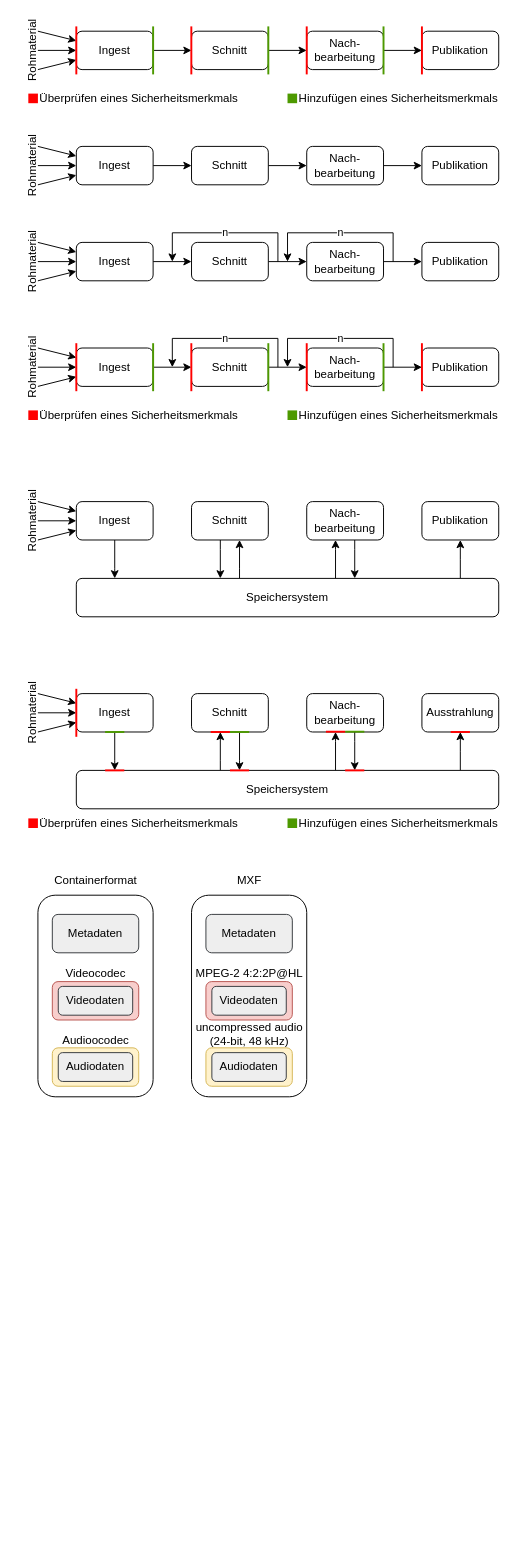
This is Produktionsprozess.drawio from timteller/Grafiken_Bachelorarbeit, a draw.io file, before an edit. Source tidied: cells renumbered, new cells numbered last; positions are measured from the earlier drawing's top-left corner, leaving out a move shared by most shapes. Both pictures are drawn from the tidied source at 96%, with x=0, y=0 at pixel (-1, 26).
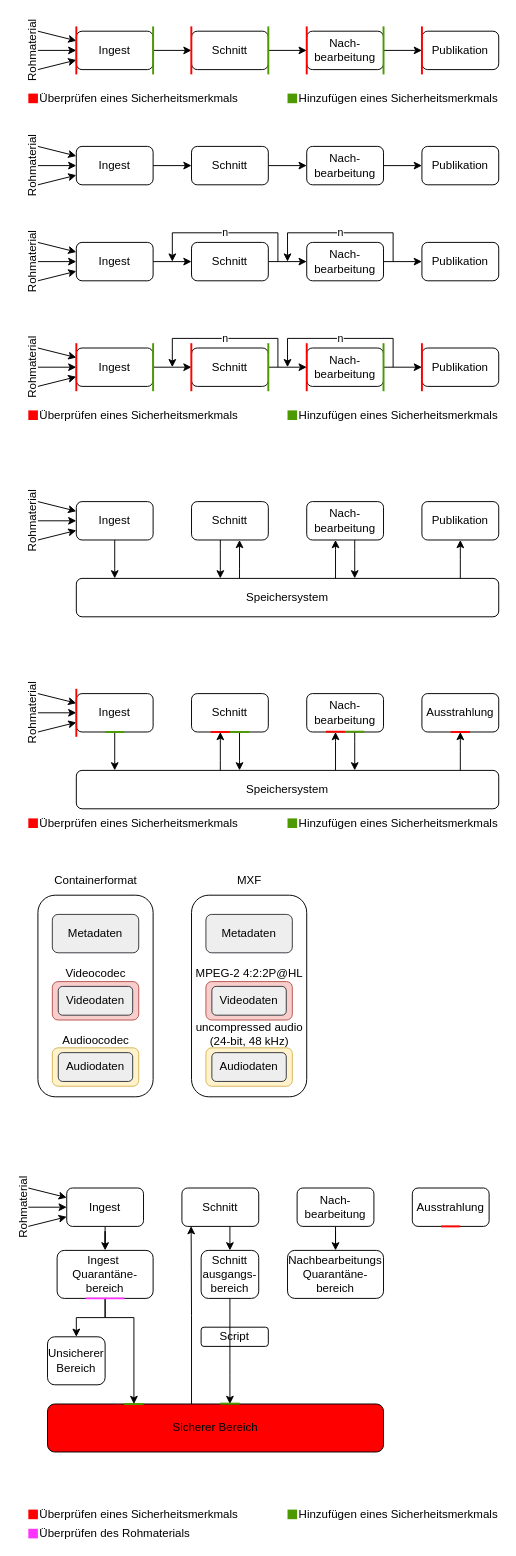
Above is the later version.

Diff of the diagram source:
```diff
@@
-    <mxCell id="91" style="endArrow=none;html=1;rounded=0;strokeWidth=2;strokeColor=#FF0000;" parent="68" edge="1">
-      <mxGeometry relative="1" as="geometry">
-        <mxPoint x="240" y="775" as="sourcePoint" />
-        <mxPoint x="260" y="775" as="targetPoint" />
-      </mxGeometry>
-    </mxCell>
-    <mxCell id="92" style="endArrow=none;html=1;rounded=0;strokeWidth=2;strokeColor=#FF0000;" parent="68" edge="1">
-      <mxGeometry relative="1" as="geometry">
-        <mxPoint x="360" y="775" as="sourcePoint" />
-        <mxPoint x="380" y="775" as="targetPoint" />
-      </mxGeometry>
-    </mxCell>
-    <mxCell id="93" style="endArrow=none;html=1;rounded=0;strokeWidth=2;strokeColor=#FF0000;" parent="68" edge="1">
-      <mxGeometry relative="1" as="geometry">
-        <mxPoint x="110" y="775" as="sourcePoint" />
-        <mxPoint x="130" y="775" as="targetPoint" />
-      </mxGeometry>
-    </mxCell>
@@
+    <mxCell id="141" parent="0" />
+    <mxCell id="142" style="endArrow=classic;html=1;rounded=0;exitX=0.5;exitY=1;exitDx=0;exitDy=0;" parent="141" edge="1" source="161">
+      <mxGeometry relative="1" as="geometry">
+        <mxPoint x="140" y="1435" as="targetPoint" />
+        <Array as="points">
+          <mxPoint x="110" y="1345" />
+          <mxPoint x="140" y="1345" />
+        </Array>
+      </mxGeometry>
+    </mxCell>
+    <mxCell id="143" style="edgeStyle=orthogonalEdgeStyle;rounded=0;jettySize=auto;html=1;" parent="141" edge="1" source="144" target="161">
+      <mxGeometry relative="1" as="geometry" />
+    </mxCell>
+    <mxCell id="144" value="Ingest" style="rounded=1;whiteSpace=wrap;html=1;" parent="141" vertex="1">
+      <mxGeometry x="70" y="1210" width="80" height="40" as="geometry" />
+    </mxCell>
+    <mxCell id="145" style="edgeStyle=orthogonalEdgeStyle;rounded=0;jettySize=auto;html=1;" parent="141" edge="1" source="146" target="163">
+      <mxGeometry relative="1" as="geometry">
+        <Array as="points">
+          <mxPoint x="240" y="1265" />
+          <mxPoint x="240" y="1265" />
+        </Array>
+      </mxGeometry>
+    </mxCell>
+    <mxCell id="146" value="Schnitt" style="rounded=1;whiteSpace=wrap;html=1;" parent="141" vertex="1">
+      <mxGeometry x="190" y="1210" width="80" height="40" as="geometry" />
+    </mxCell>
+    <mxCell id="147" style="edgeStyle=orthogonalEdgeStyle;rounded=0;jettySize=auto;html=1;" parent="141" edge="1" source="148" target="164">
+      <mxGeometry relative="1" as="geometry" />
+    </mxCell>
+    <mxCell id="148" value="Nach-&lt;div&gt;bearbeitung&lt;/div&gt;" style="rounded=1;whiteSpace=wrap;html=1;" parent="141" vertex="1">
+      <mxGeometry x="310" y="1210" width="80" height="40" as="geometry" />
+    </mxCell>
+    <mxCell id="149" value="Ausstrahlung" style="rounded=1;whiteSpace=wrap;html=1;" parent="141" vertex="1">
+      <mxGeometry x="430" y="1210" width="80" height="40" as="geometry" />
+    </mxCell>
+    <mxCell id="150" style="endArrow=classic;html=1;rounded=0;entryX=0;entryY=0.75;entryDx=0;entryDy=0;" parent="141" edge="1" target="144">
+      <mxGeometry relative="1" as="geometry">
+        <mxPoint x="30" y="1250" as="sourcePoint" />
+      </mxGeometry>
+    </mxCell>
+    <mxCell id="151" style="endArrow=classic;html=1;rounded=0;entryX=0;entryY=0.5;entryDx=0;entryDy=0;" parent="141" edge="1" target="144">
+      <mxGeometry relative="1" as="geometry">
+        <mxPoint x="30" y="1230" as="sourcePoint" />
+      </mxGeometry>
+    </mxCell>
+    <mxCell id="152" style="endArrow=classic;html=1;rounded=0;entryX=0;entryY=0.25;entryDx=0;entryDy=0;" parent="141" edge="1" target="144">
+      <mxGeometry relative="1" as="geometry">
+        <mxPoint x="30" y="1210" as="sourcePoint" />
+      </mxGeometry>
+    </mxCell>
+    <mxCell id="153" value="Rohmaterial" style="text;html=1;align=center;verticalAlign=middle;whiteSpace=wrap;rounded=0;rotation=-90;" parent="141" vertex="1">
+      <mxGeometry x="-10" y="1225" width="70" height="10" as="geometry" />
+    </mxCell>
+    <mxCell id="154" style="endArrow=none;html=1;rounded=0;strokeWidth=2;strokeColor=#FF0000;" parent="141" edge="1">
+      <mxGeometry relative="1" as="geometry">
+        <mxPoint x="460" y="1250" as="sourcePoint" />
+        <mxPoint x="480" y="1250" as="targetPoint" />
+      </mxGeometry>
+    </mxCell>
+    <mxCell id="155" style="whiteSpace=wrap;html=1;strokeColor=none;fillColor=light-dark(#ff0000, #ededed);" parent="141" vertex="1">
+      <mxGeometry x="30" y="1545" width="10" height="10" as="geometry" />
+    </mxCell>
+    <mxCell id="156" style="whiteSpace=wrap;html=1;strokeColor=none;fillColor=light-dark(#4D9900,#EDEDED);" parent="141" vertex="1">
+      <mxGeometry x="300" y="1545" width="10" height="10" as="geometry" />
+    </mxCell>
+    <mxCell id="157" value="Überprüfen eines Sicherheitsmerkmals" style="text;html=1;align=left;verticalAlign=middle;whiteSpace=wrap;rounded=0;" parent="141" vertex="1">
+      <mxGeometry x="40" y="1545" width="210" height="10" as="geometry" />
+    </mxCell>
+    <mxCell id="158" value="Hinzufügen eines Sicherheitsmerkmals" style="text;html=1;align=left;verticalAlign=middle;whiteSpace=wrap;rounded=0;" parent="141" vertex="1">
+      <mxGeometry x="310" y="1545" width="210" height="10" as="geometry" />
+    </mxCell>
+    <mxCell id="159" value="Script" style="rounded=1;whiteSpace=wrap;html=1;" parent="141" vertex="1">
+      <mxGeometry x="210" y="1355" width="70" height="20" as="geometry" />
+    </mxCell>
+    <mxCell id="160" style="edgeStyle=orthogonalEdgeStyle;rounded=0;jettySize=auto;html=1;entryX=0.5;entryY=0;entryDx=0;entryDy=0;" parent="141" edge="1" source="161" target="170">
+      <mxGeometry relative="1" as="geometry" />
+    </mxCell>
+    <mxCell id="161" value="Ingest&amp;nbsp;&lt;div&gt;Quarantäne-bereich&lt;/div&gt;" style="rounded=1;whiteSpace=wrap;html=1;" parent="141" vertex="1">
+      <mxGeometry x="60" y="1275" width="100" height="50" as="geometry" />
+    </mxCell>
+    <mxCell id="162" style="edgeStyle=orthogonalEdgeStyle;rounded=0;jettySize=auto;html=1;" parent="141" edge="1" source="163" target="167">
+      <mxGeometry relative="1" as="geometry">
+        <Array as="points">
+          <mxPoint x="240" y="1405" />
+          <mxPoint x="240" y="1405" />
+        </Array>
+      </mxGeometry>
+    </mxCell>
+    <mxCell id="163" value="Schnitt&lt;div&gt;ausgangs-&lt;/div&gt;&lt;div&gt;bereich&lt;/div&gt;" style="rounded=1;whiteSpace=wrap;html=1;strokeColor=default;align=center;verticalAlign=middle;fontFamily=Helvetica;fontSize=12;fontColor=default;fillColor=default;" parent="141" vertex="1">
+      <mxGeometry x="210" y="1275" width="60" height="50" as="geometry" />
+    </mxCell>
+    <mxCell id="164" value="Nachbearbeitungs&lt;div&gt;Quarantäne-bereich&lt;/div&gt;" style="rounded=1;whiteSpace=wrap;html=1;strokeColor=default;align=center;verticalAlign=middle;fontFamily=Helvetica;fontSize=12;fontColor=default;fillColor=default;" parent="141" vertex="1">
+      <mxGeometry x="300" y="1275" width="100" height="50" as="geometry" />
+    </mxCell>
+    <mxCell id="165" style="endArrow=none;html=1;rounded=0;strokeWidth=2;strokeColor=light-dark(#ff33ff, #ff9090);" parent="141" edge="1">
+      <mxGeometry relative="1" as="geometry">
+        <mxPoint x="130.2" y="1325" as="sourcePoint" />
+        <mxPoint x="89.8" y="1325" as="targetPoint" />
+      </mxGeometry>
+    </mxCell>
+    <mxCell id="166" style="edgeStyle=orthogonalEdgeStyle;rounded=0;jettySize=auto;html=1;entryX=0.12;entryY=0.993;entryDx=0;entryDy=0;entryPerimeter=0;" parent="141" edge="1" source="167" target="146">
+      <mxGeometry relative="1" as="geometry">
+        <Array as="points">
+          <mxPoint x="200" y="1343" />
+          <mxPoint x="200" y="1343" />
+        </Array>
+      </mxGeometry>
+    </mxCell>
+    <mxCell id="167" value="Sicherer Bereich" style="rounded=1;whiteSpace=wrap;html=1;fillColor=light-dark(#ff0000, #ededed);" parent="141" vertex="1">
+      <mxGeometry x="50" y="1435" width="350" height="50" as="geometry" />
+    </mxCell>
+    <mxCell id="168" style="whiteSpace=wrap;html=1;strokeColor=none;fillColor=light-dark(#FF33FF,#EDEDED);" parent="141" vertex="1">
+      <mxGeometry x="30" y="1565" width="10" height="10" as="geometry" />
+    </mxCell>
+    <mxCell id="169" value="Überprüfen des Rohmaterials" style="text;html=1;align=left;verticalAlign=middle;whiteSpace=wrap;rounded=0;" parent="141" vertex="1">
+      <mxGeometry x="40" y="1565" width="210" height="10" as="geometry" />
+    </mxCell>
+    <mxCell id="170" value="Unsicherer&lt;div&gt;Bereich&lt;/div&gt;" style="rounded=1;whiteSpace=wrap;html=1;" parent="141" vertex="1">
+      <mxGeometry x="50" y="1365" width="60" height="50" as="geometry" />
+    </mxCell>
+    <mxCell id="171" style="endArrow=none;html=1;rounded=0;strokeWidth=2;strokeColor=light-dark(#4d9900, #ff9090);" parent="141" edge="1">
+      <mxGeometry relative="1" as="geometry">
+        <mxPoint x="150" y="1435" as="sourcePoint" />
+        <mxPoint x="129.8" y="1435" as="targetPoint" />
+      </mxGeometry>
+    </mxCell>
+    <mxCell id="172" style="endArrow=none;html=1;rounded=0;strokeWidth=2;strokeColor=light-dark(#4d9900, #ff9090);" parent="141" edge="1">
+      <mxGeometry relative="1" as="geometry">
+        <mxPoint x="250.1" y="1434.6" as="sourcePoint" />
+        <mxPoint x="229.9" y="1434.6" as="targetPoint" />
+      </mxGeometry>
+    </mxCell>
```
